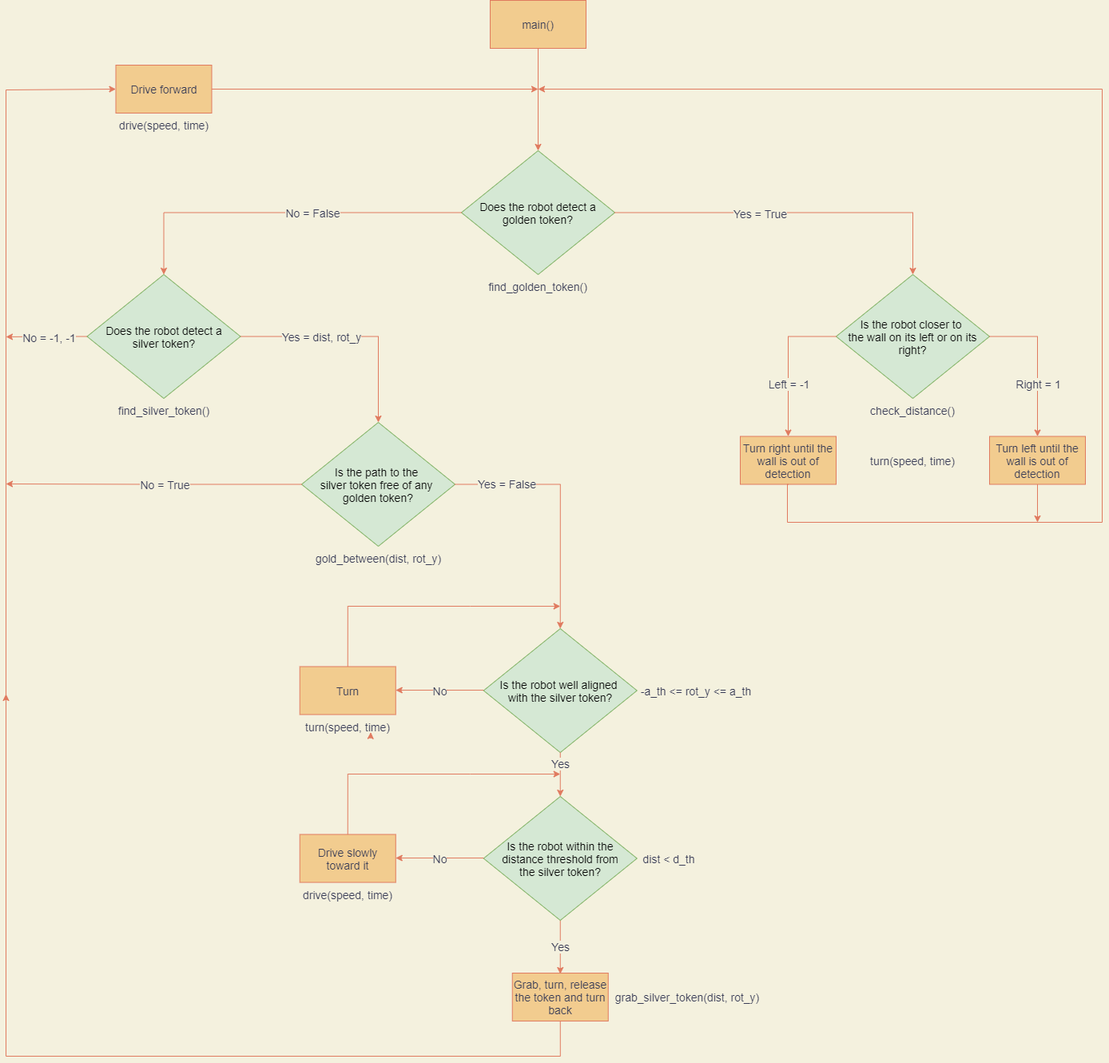
Before: Assignment 1/images/flowchart.drawio.png, a diagram exported from draw.io (sarasgambato/ResearchTrack1_Assignment1). Source tidied: cells renumbered, new cells last; positions are measured from the earlier drawing's top-left corner, leaving out a move shared by most shapes.
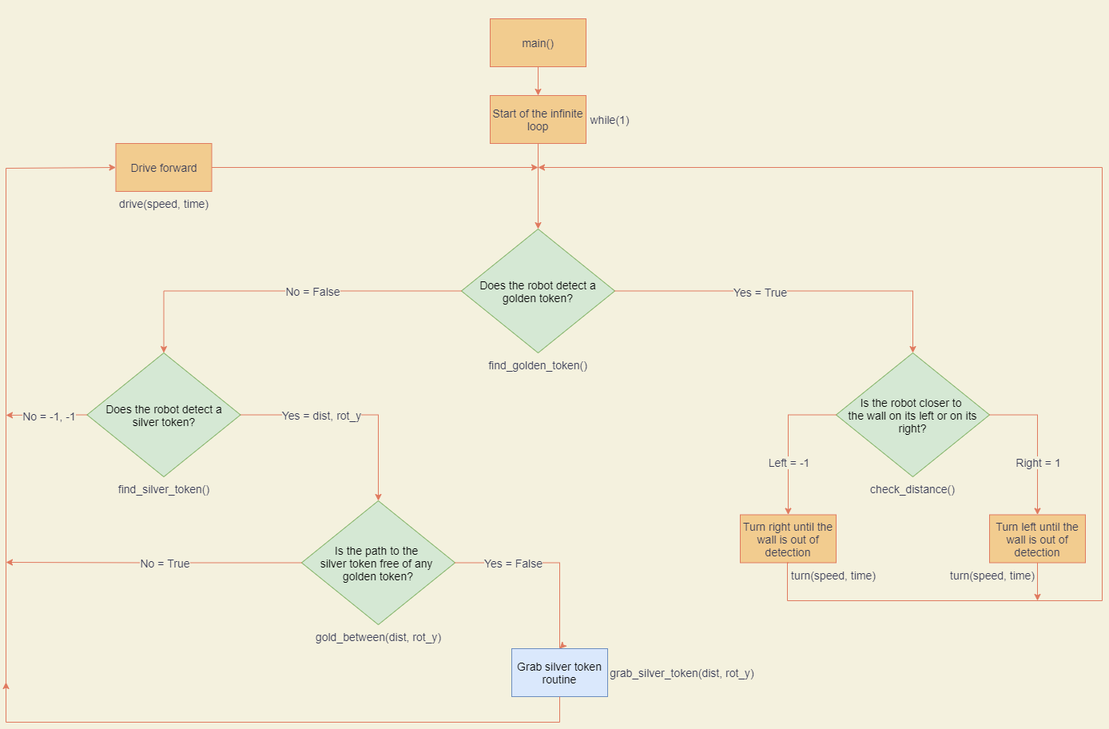
The same diagram one commit later.

Change to the diagram source:
```diff
@@ -84,92 +84,26 @@
     <mxCell id="19" value="&lt;span style=&quot;font-size: 14px&quot;&gt;Is the path to the &lt;br&gt;silver token free of any &lt;br&gt;golden token?&lt;/span&gt;" style="rhombus;whiteSpace=wrap;html=1;rounded=0;fillColor=#d5e8d4;strokeColor=#82b366;" parent="1" vertex="1">
       <mxGeometry x="370" y="528" width="192" height="155" as="geometry" />
     </mxCell>
-    <mxCell id="20" style="endArrow=classic;html=1;rounded=0;fontSize=14;edgeStyle=orthogonalEdgeStyle;exitX=1;exitY=0.5;exitDx=0;exitDy=0;strokeColor=#E07A5F;entryX=0.5;entryY=0;entryDx=0;entryDy=0;labelBackgroundColor=#F4F1DE;fontColor=#393C56;" parent="1" edge="1" source="19" target="22">
+    <mxCell id="20" style="endArrow=classic;html=1;rounded=0;fontSize=14;edgeStyle=orthogonalEdgeStyle;exitX=1;exitY=0.5;exitDx=0;exitDy=0;strokeColor=#E07A5F;labelBackgroundColor=#F4F1DE;fontColor=#393C56;entryX=0.5;entryY=0;entryDx=0;entryDy=0;" parent="1" edge="1" source="19" target="62">
       <mxGeometry relative="1" as="geometry">
         <Array as="points">
           <mxPoint x="693" y="605" />
+          <mxPoint x="693" y="712" />
+          <mxPoint x="694" y="712" />
         </Array>
       </mxGeometry>
     </mxCell>
     <mxCell id="21" value="Yes = False" style="edgeLabel;html=1;align=center;verticalAlign=middle;rounded=0;fontSize=14;fontColor=#393C56;labelBackgroundColor=#F4F1DE;" parent="20" vertex="1">
       <mxGeometry relative="1" as="geometry">
-        <mxPoint x="-67" y="-25" as="offset" />
+        <mxPoint x="-48" as="offset" />
       </mxGeometry>
     </mxCell>
-    <mxCell id="22" value="&lt;span style=&quot;font-size: 14px&quot;&gt;Is the robot well aligned &lt;br&gt;with the silver token?&lt;/span&gt;" style="rhombus;whiteSpace=wrap;html=1;rounded=0;fillColor=#d5e8d4;strokeColor=#82b366;" parent="1" vertex="1">
-      <mxGeometry x="597.8" y="786" width="192" height="155" as="geometry" />
-    </mxCell>
-    <mxCell id="23" value="&lt;font style=&quot;font-size: 14px&quot;&gt;Turn&lt;/font&gt;" style="rounded=0;whiteSpace=wrap;html=1;fillColor=#F2CC8F;strokeColor=#E07A5F;fontColor=#393C56;" parent="1" vertex="1">
-      <mxGeometry x="367.8" y="833.5" width="120" height="60" as="geometry" />
-    </mxCell>
-    <mxCell id="24" style="endArrow=classic;html=1;rounded=0;fontSize=14;edgeStyle=orthogonalEdgeStyle;exitX=0.5;exitY=0;exitDx=0;exitDy=0;strokeColor=#E07A5F;labelBackgroundColor=#F4F1DE;fontColor=#393C56;" parent="1" edge="1" source="23">
-      <mxGeometry relative="1" as="geometry">
-        <mxPoint x="693.8" y="758" as="targetPoint" />
-        <Array as="points">
-          <mxPoint x="427.8" y="758" />
-          <mxPoint x="580.8" y="758" />
-        </Array>
-      </mxGeometry>
-    </mxCell>
-    <mxCell id="25" style="endArrow=classic;html=1;rounded=0;fontSize=14;edgeStyle=orthogonalEdgeStyle;exitX=0.5;exitY=1;exitDx=0;exitDy=0;strokeColor=#E07A5F;labelBackgroundColor=#F4F1DE;fontColor=#393C56;" parent="1" edge="1">
-      <mxGeometry relative="1" as="geometry">
-        <mxPoint x="693.8" y="1148" as="sourcePoint" />
-        <mxPoint x="693.8" y="1218" as="targetPoint" />
-      </mxGeometry>
-    </mxCell>
-    <mxCell id="26" value="Yes" style="edgeLabel;html=1;align=center;verticalAlign=middle;rounded=0;fontSize=14;fontColor=#393C56;labelBackgroundColor=#F4F1DE;" parent="25" vertex="1">
-      <mxGeometry relative="1" as="geometry" />
-    </mxCell>
-    <mxCell id="27" value="&lt;font style=&quot;font-size: 14px&quot;&gt;Grab, turn, release the token and turn back&lt;/font&gt;" style="rounded=0;whiteSpace=wrap;html=1;fillColor=#F2CC8F;strokeColor=#E07A5F;fontColor=#393C56;" parent="1" vertex="1">
-      <mxGeometry x="633.8" y="1217" width="120" height="60" as="geometry" />
-    </mxCell>
-    <mxCell id="28" value="&lt;span style=&quot;font-size: 14px&quot;&gt;Is the robot within the&lt;br&gt;distance threshold from the&amp;nbsp;silver token?&lt;/span&gt;" style="rhombus;whiteSpace=wrap;html=1;rounded=0;fillColor=#d5e8d4;strokeColor=#82b366;" parent="1" vertex="1">
-      <mxGeometry x="597.8" y="996" width="192" height="155" as="geometry" />
-    </mxCell>
-    <mxCell id="29" style="endArrow=classic;html=1;rounded=0;fontSize=14;edgeStyle=orthogonalEdgeStyle;exitX=0.5;exitY=1;exitDx=0;exitDy=0;entryX=0.5;entryY=0;entryDx=0;entryDy=0;strokeColor=#E07A5F;labelBackgroundColor=#F4F1DE;fontColor=#393C56;" parent="1" edge="1" source="22" target="28">
-      <mxGeometry relative="1" as="geometry" />
-    </mxCell>
-    <mxCell id="30" value="Yes" style="edgeLabel;html=1;align=center;verticalAlign=middle;rounded=0;fontSize=14;fontColor=#393C56;labelBackgroundColor=#F4F1DE;" parent="29" vertex="1">
-      <mxGeometry relative="1" as="geometry">
-        <mxPoint y="-15" as="offset" />
-      </mxGeometry>
-    </mxCell>
-    <mxCell id="31" style="endArrow=classic;html=1;rounded=0;fontSize=14;edgeStyle=orthogonalEdgeStyle;exitX=1;exitY=0.5;exitDx=0;exitDy=0;strokeColor=#E07A5F;labelBackgroundColor=#F4F1DE;fontColor=#393C56;" parent="1" edge="1">
-      <mxGeometry relative="1" as="geometry">
-        <mxPoint x="597.8" y="863" as="sourcePoint" />
-        <mxPoint x="487.8" y="863" as="targetPoint" />
-      </mxGeometry>
-    </mxCell>
-    <mxCell id="32" value="No" style="edgeLabel;html=1;align=center;verticalAlign=middle;rounded=0;fontSize=14;fontColor=#393C56;labelBackgroundColor=#F4F1DE;" parent="31" vertex="1">
-      <mxGeometry relative="1" as="geometry" />
-    </mxCell>
-    <mxCell id="33" value="&lt;span style=&quot;font-size: 14px&quot;&gt;Drive slowly toward it&lt;/span&gt;" style="rounded=0;whiteSpace=wrap;html=1;fillColor=#F2CC8F;strokeColor=#E07A5F;fontColor=#393C56;" parent="1" vertex="1">
-      <mxGeometry x="367.8" y="1043.5" width="120" height="60" as="geometry" />
-    </mxCell>
-    <mxCell id="34" style="endArrow=classic;html=1;rounded=0;fontSize=14;edgeStyle=orthogonalEdgeStyle;exitX=0.5;exitY=0;exitDx=0;exitDy=0;strokeColor=#E07A5F;labelBackgroundColor=#F4F1DE;fontColor=#393C56;" parent="1" edge="1" source="33">
-      <mxGeometry relative="1" as="geometry">
-        <mxPoint x="693.8" y="968" as="targetPoint" />
-        <Array as="points">
-          <mxPoint x="427.8" y="968" />
-          <mxPoint x="580.8" y="968" />
-        </Array>
-      </mxGeometry>
-    </mxCell>
-    <mxCell id="35" style="endArrow=classic;html=1;rounded=0;fontSize=14;edgeStyle=orthogonalEdgeStyle;exitX=1;exitY=0.5;exitDx=0;exitDy=0;strokeColor=#E07A5F;labelBackgroundColor=#F4F1DE;fontColor=#393C56;" parent="1" edge="1">
-      <mxGeometry relative="1" as="geometry">
-        <mxPoint x="597.8" y="1073" as="sourcePoint" />
-        <mxPoint x="487.8" y="1073" as="targetPoint" />
-      </mxGeometry>
-    </mxCell>
-    <mxCell id="36" value="No" style="edgeLabel;html=1;align=center;verticalAlign=middle;rounded=0;fontSize=14;fontColor=#393C56;labelBackgroundColor=#F4F1DE;" parent="35" vertex="1">
-      <mxGeometry relative="1" as="geometry" />
-    </mxCell>
     <mxCell id="37" style="endArrow=classic;html=1;rounded=0;fontSize=14;edgeStyle=orthogonalEdgeStyle;strokeColor=#E07A5F;entryX=0;entryY=0.5;entryDx=0;entryDy=0;labelBackgroundColor=#F4F1DE;fontColor=#393C56;" parent="1" edge="1" target="52">
       <mxGeometry relative="1" as="geometry">
-        <mxPoint y="873" as="sourcePoint" />
+        <mxPoint y="763" as="sourcePoint" />
         <Array as="points">
           <mxPoint y="112" />
-          <mxPoint x="138" y="112" />
+          <mxPoint x="137" y="112" />
         </Array>
       </mxGeometry>
     </mxCell>
@@ -183,15 +117,6 @@
         <mxPoint x="2" as="offset" />
       </mxGeometry>
     </mxCell>
-    <mxCell id="40" style="endArrow=classic;html=1;rounded=0;fontSize=14;edgeStyle=orthogonalEdgeStyle;exitX=0.5;exitY=1;exitDx=0;exitDy=0;strokeColor=#E07A5F;labelBackgroundColor=#F4F1DE;fontColor=#393C56;" parent="1" edge="1" source="27">
-      <mxGeometry relative="1" as="geometry">
-        <mxPoint y="868" as="targetPoint" />
-        <Array as="points">
-          <mxPoint x="694" y="1321" />
-          <mxPoint y="1321" />
-        </Array>
-      </mxGeometry>
-    </mxCell>
     <mxCell id="41" style="endArrow=classic;html=1;rounded=0;fontSize=14;edgeStyle=orthogonalEdgeStyle;exitX=0;exitY=0.5;exitDx=0;exitDy=0;strokeColor=#E07A5F;labelBackgroundColor=#F4F1DE;fontColor=#393C56;" parent="1" edge="1" source="19">
       <mxGeometry relative="1" as="geometry">
         <mxPoint y="605" as="targetPoint" />
@@ -202,11 +127,11 @@
         <mxPoint x="13" as="offset" />
       </mxGeometry>
     </mxCell>
-    <mxCell id="43" style="endArrow=classic;html=1;rounded=0;fontSize=14;fontColor=#393C56;strokeColor=#E07A5F;edgeStyle=orthogonalEdgeStyle;entryX=0.5;entryY=0;entryDx=0;entryDy=0;exitX=0.5;exitY=1;exitDx=0;exitDy=0;labelBackgroundColor=#F4F1DE;" parent="1" edge="1" source="44" target="2">
+    <mxCell id="43" style="endArrow=classic;html=1;rounded=0;fontSize=14;fontColor=#393C56;strokeColor=#E07A5F;edgeStyle=orthogonalEdgeStyle;exitX=0.5;exitY=1;exitDx=0;exitDy=0;labelBackgroundColor=#F4F1DE;" parent="1" edge="1" source="44" target="59">
       <mxGeometry relative="1" as="geometry" />
     </mxCell>
     <mxCell id="44" value="&lt;font style=&quot;font-size: 14px&quot;&gt;main()&lt;/font&gt;" style="rounded=0;whiteSpace=wrap;html=1;fillColor=#F2CC8F;strokeColor=#E07A5F;fontColor=#393C56;" parent="1" vertex="1">
-      <mxGeometry x="606" width="120" height="60" as="geometry" />
+      <mxGeometry x="606" y="-75" width="120" height="60" as="geometry" />
     </mxCell>
     <mxCell id="45" value="find_golden_token()" style="text;html=1;strokeColor=none;fillColor=none;align=center;verticalAlign=middle;whiteSpace=wrap;rounded=0;fontSize=14;fontColor=#393C56;labelBorderColor=none;imageAspect=1;labelBackgroundColor=#F4F1DE;" parent="1" vertex="1">
       <mxGeometry x="636" y="343" width="60" height="30" as="geometry" />
@@ -220,15 +145,6 @@
     <mxCell id="48" value="gold_between(dist, rot_y)" style="text;html=1;strokeColor=none;fillColor=none;align=center;verticalAlign=middle;whiteSpace=wrap;rounded=0;fontSize=14;fontColor=#393C56;labelBackgroundColor=#F4F1DE;" parent="1" vertex="1">
       <mxGeometry x="380.5" y="683" width="171" height="30" as="geometry" />
     </mxCell>
-    <mxCell id="49" value="-a_th &amp;lt;= rot_y &amp;lt;= a_th" style="text;html=1;strokeColor=none;fillColor=none;align=center;verticalAlign=middle;whiteSpace=wrap;rounded=0;fontSize=14;fontColor=#393C56;labelBackgroundColor=#F4F1DE;" parent="1" vertex="1">
-      <mxGeometry x="789.8" y="848.5" width="148" height="30" as="geometry" />
-    </mxCell>
-    <mxCell id="50" value="dist &amp;lt; d_th" style="text;html=1;strokeColor=none;fillColor=none;align=center;verticalAlign=middle;whiteSpace=wrap;rounded=0;fontSize=14;fontColor=#393C56;labelBackgroundColor=#F4F1DE;" parent="1" vertex="1">
-      <mxGeometry x="789.8" y="1058.5" width="80" height="30" as="geometry" />
-    </mxCell>
-    <mxCell id="51" value="grab_silver_token(dist, rot_y)" style="text;html=1;strokeColor=none;fillColor=none;align=center;verticalAlign=middle;whiteSpace=wrap;rounded=0;fontSize=14;fontColor=#393C56;labelBackgroundColor=#F4F1DE;" parent="1" vertex="1">
-      <mxGeometry x="756.8" y="1232" width="192" height="30" as="geometry" />
-    </mxCell>
     <mxCell id="52" value="&lt;span style=&quot;font-size: 14px&quot;&gt;Drive forward&lt;/span&gt;" style="rounded=0;whiteSpace=wrap;html=1;fillColor=#F2CC8F;strokeColor=#E07A5F;fontColor=#393C56;" parent="1" vertex="1">
       <mxGeometry x="137.5" y="81" width="120" height="60" as="geometry" />
     </mxCell>
@@ -241,16 +157,40 @@
       <mxGeometry x="135.8" y="141" width="123.5" height="30" as="geometry" />
     </mxCell>
     <mxCell id="55" value="turn(speed, time)" style="text;html=1;strokeColor=none;fillColor=none;align=center;verticalAlign=middle;whiteSpace=wrap;rounded=0;fontSize=14;fontColor=#393C56;labelBackgroundColor=#F4F1DE;" parent="1" vertex="1">
-      <mxGeometry x="1078" y="560.5" width="114" height="30" as="geometry" />
+      <mxGeometry x="979" y="605.5" width="114" height="30" as="geometry" />
     </mxCell>
+    <mxCell id="59" value="&lt;font style=&quot;font-size: 14px&quot;&gt;Start of the infinite loop&lt;/font&gt;" style="rounded=0;whiteSpace=wrap;html=1;fillColor=#F2CC8F;strokeColor=#E07A5F;fontColor=#393C56;" parent="1" vertex="1">
+      <mxGeometry x="606" y="21" width="120" height="60" as="geometry" />
+    </mxCell>
+    <mxCell id="60" style="endArrow=classic;html=1;rounded=0;fontSize=14;fontColor=#393C56;strokeColor=#E07A5F;edgeStyle=orthogonalEdgeStyle;labelBackgroundColor=#F4F1DE;entryX=0.5;entryY=0;entryDx=0;entryDy=0;" parent="1" edge="1" source="59" target="2">
+      <mxGeometry relative="1" as="geometry" />
+    </mxCell>
+    <mxCell id="61" value="while(1)" style="text;html=1;strokeColor=none;fillColor=none;align=center;verticalAlign=middle;whiteSpace=wrap;rounded=0;fontSize=14;fontColor=#393C56;labelBorderColor=none;imageAspect=1;labelBackgroundColor=#F4F1DE;" parent="1" vertex="1">
+      <mxGeometry x="726" y="36" width="60" height="30" as="geometry" />
+    </mxCell>
     <mxCell id="56" value="turn(speed, time)" style="text;html=1;strokeColor=none;fillColor=none;align=center;verticalAlign=middle;whiteSpace=wrap;rounded=0;fontSize=14;fontColor=#393C56;labelBackgroundColor=#F4F1DE;" parent="1" vertex="1">
-      <mxGeometry x="370.8" y="893.5" width="114" height="30" as="geometry" />
+      <mxGeometry x="1178" y="605.5" width="114" height="30" as="geometry" />
     </mxCell>
-    <mxCell id="57" value="drive(speed, time)" style="text;html=1;strokeColor=none;fillColor=none;align=center;verticalAlign=middle;whiteSpace=wrap;rounded=0;fontSize=14;fontColor=#393C56;labelBackgroundColor=#F4F1DE;" parent="1" vertex="1">
-      <mxGeometry x="366" y="1103.5" width="123.5" height="30" as="geometry" />
-    </mxCell>
-    <mxCell id="58" style="edgeStyle=orthogonalEdgeStyle;rounded=0;orthogonalLoop=1;jettySize=auto;html=1;exitX=0.75;exitY=1;exitDx=0;exitDy=0;entryX=0.753;entryY=0.739;entryDx=0;entryDy=0;entryPerimeter=0;fontSize=14;fontColor=#393C56;strokeColor=#E07A5F;labelBackgroundColor=#F4F1DE;" parent="1" edge="1" source="56" target="56">
-      <mxGeometry relative="1" as="geometry" />
-    </mxCell>
+    <mxCell id="62" value="&lt;font style=&quot;font-size: 14px&quot;&gt;Grab silver token routine&lt;/font&gt;" style="rounded=0;whiteSpace=wrap;html=1;fillColor=#dae8fc;strokeColor=#6c8ebf;" parent="1" vertex="1">
+      <mxGeometry x="633" y="713" width="120" height="60" as="geometry" />
+    </mxCell>
+    <mxCell id="51" value="grab_silver_token(dist, rot_y)" style="text;html=1;strokeColor=none;fillColor=none;align=center;verticalAlign=middle;whiteSpace=wrap;rounded=0;fontSize=14;fontColor=#393C56;labelBackgroundColor=#F4F1DE;" parent="1" vertex="1">
+      <mxGeometry x="753" y="728" width="187" height="30" as="geometry" />
+    </mxCell>
+    <mxCell id="63" style="endArrow=classic;html=1;rounded=0;fontSize=14;edgeStyle=orthogonalEdgeStyle;exitX=0.5;exitY=1;exitDx=0;exitDy=0;strokeColor=#E07A5F;labelBackgroundColor=#F4F1DE;fontColor=#393C56;" parent="1" edge="1" source="62">
+      <mxGeometry relative="1" as="geometry">
+        <mxPoint y="755" as="targetPoint" />
+        <Array as="points">
+          <mxPoint x="693" y="805" />
+          <mxPoint y="805" />
+        </Array>
+      </mxGeometry>
+    </mxCell>
+    <mxCell id="64" style="endArrow=classic;html=1;rounded=0;edgeStyle=orthogonalEdgeStyle;strokeColor=#F4F1DE;" parent="1" edge="1">
+      <mxGeometry relative="1" as="geometry">
+        <mxPoint x="620" y="-79" as="sourcePoint" />
+        <mxPoint x="676" y="-91" as="targetPoint" />
+      </mxGeometry>
+    </mxCell>
   </root>
 </mxGraphModel>
```
